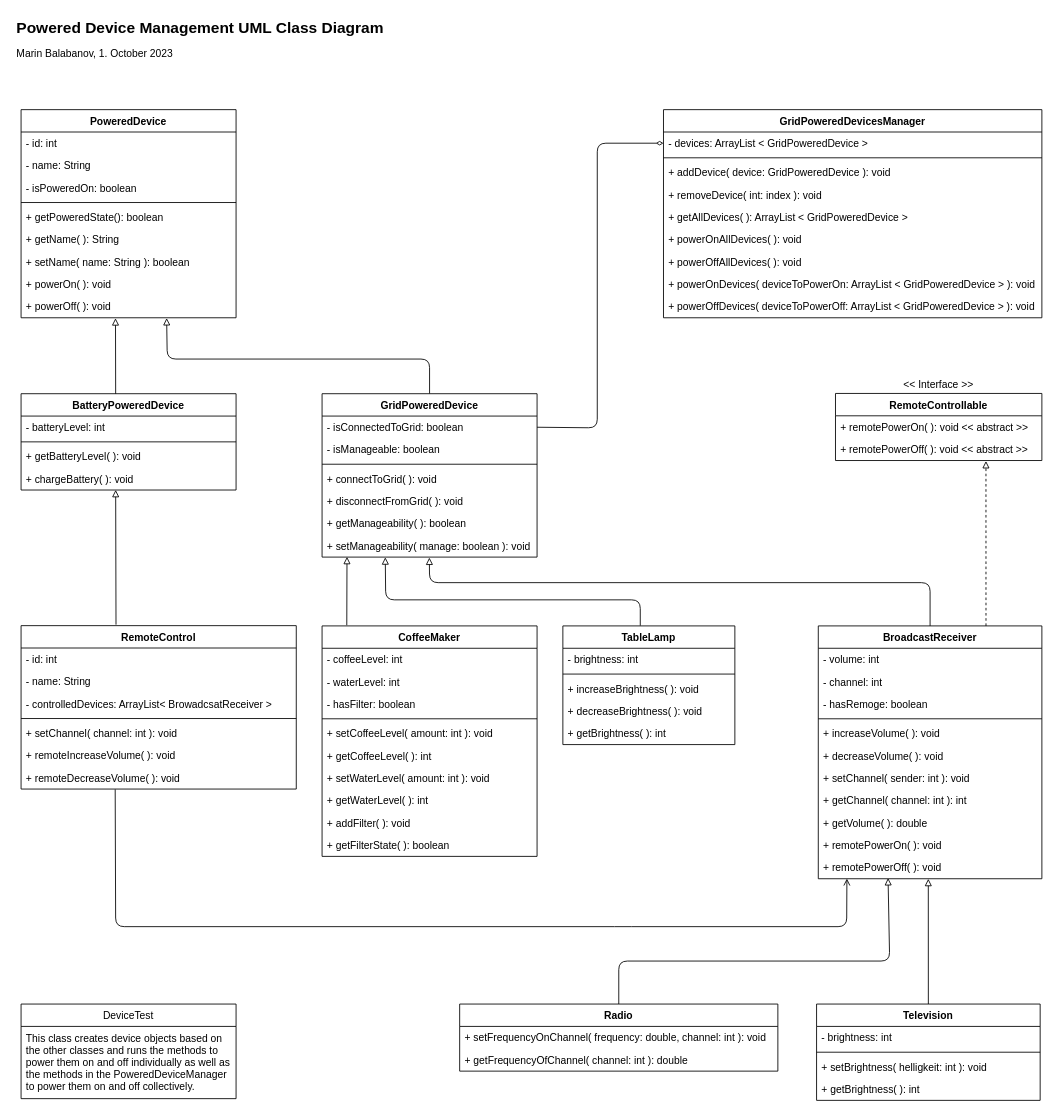
This is DevicesUML.drawio from mbalabanov/Devices, a draw.io file, before an edit. Source tidied: cells renumbered, new cells numbered last; positions are measured from the earlier drawing's top-left corner, leaving out a move shared by most shapes. Both pictures are drawn from the tidied source at 86%, with x=0, y=0 at pixel (15, 15).
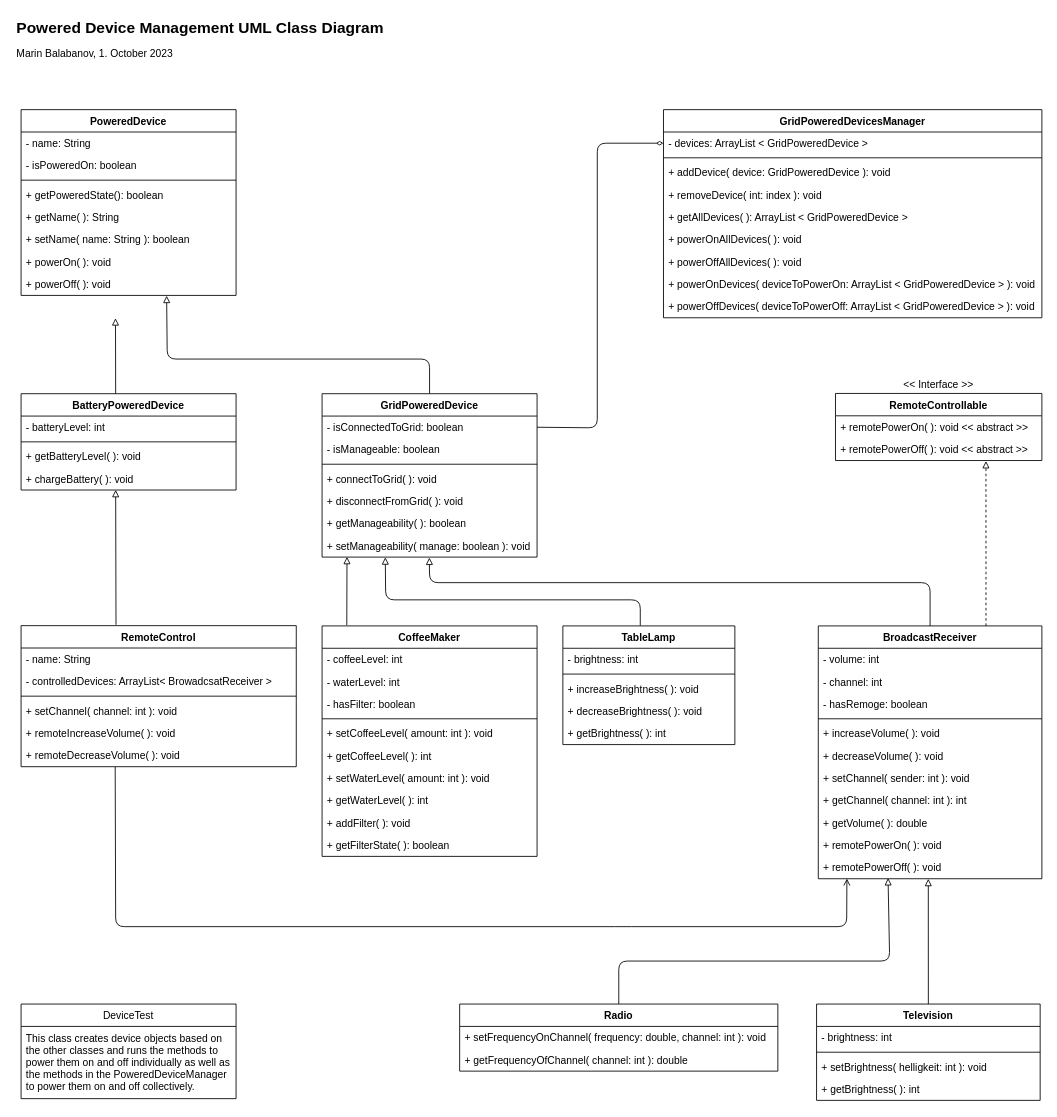
Above is the later version.

Commit message (it also covers changes not shown here):
Adapts diagram

Diff of the diagram source:
```diff
@@
     <mxCell id="73" value="RemoteControl" style="swimlane;fontStyle=1;align=center;verticalAlign=top;horizontal=1;startSize=26;" parent="1" vertex="1">
-      <mxGeometry x="7" y="710" width="320" height="190" as="geometry" />
+      <mxGeometry x="7" y="710" width="320" height="164" as="geometry" />
     </mxCell>
-    <mxCell id="74" value="- id: int" style="text;strokeColor=none;fillColor=none;align=left;verticalAlign=top;spacingLeft=4;spacingRight=4;overflow=hidden;" parent="73" vertex="1">
-      <mxGeometry y="26" width="320" height="26" as="geometry" />
-    </mxCell>
     <mxCell id="75" value="- name: String" style="text;strokeColor=none;fillColor=none;align=left;verticalAlign=top;spacingLeft=4;spacingRight=4;overflow=hidden;" parent="73" vertex="1">
-      <mxGeometry y="52" width="320" height="26" as="geometry" />
+      <mxGeometry y="26" width="320" height="26" as="geometry" />
     </mxCell>
     <mxCell id="76" value="- controlledDevices: ArrayList&lt; BrowadcsatReceiver &gt;" style="text;strokeColor=none;fillColor=none;align=left;verticalAlign=top;spacingLeft=4;spacingRight=4;overflow=hidden;" parent="73" vertex="1">
-      <mxGeometry y="78" width="320" height="26" as="geometry" />
+      <mxGeometry y="52" width="320" height="26" as="geometry" />
     </mxCell>
     <mxCell id="77" style="line;strokeWidth=1;fillColor=none;align=left;verticalAlign=middle;spacingTop=-1;spacingLeft=3;spacingRight=3;labelPosition=right;strokeColor=inherit;" parent="73" vertex="1">
-      <mxGeometry y="104" width="320" height="8" as="geometry" />
+      <mxGeometry y="78" width="320" height="8" as="geometry" />
     </mxCell>
     <mxCell id="78" value="+ setChannel( channel: int ): void" style="text;strokeColor=none;fillColor=none;align=left;verticalAlign=top;spacingLeft=4;spacingRight=4;overflow=hidden;" parent="73" vertex="1">
-      <mxGeometry y="112" width="320" height="26" as="geometry" />
+      <mxGeometry y="86" width="320" height="26" as="geometry" />
     </mxCell>
     <mxCell id="79" value="+ remoteIncreaseVolume( ): void" style="text;strokeColor=none;fillColor=none;align=left;verticalAlign=top;spacingLeft=4;spacingRight=4;overflow=hidden;" parent="73" vertex="1">
-      <mxGeometry y="138" width="320" height="26" as="geometry" />
+      <mxGeometry y="112" width="320" height="26" as="geometry" />
     </mxCell>
     <mxCell id="80" value="+ remoteDecreaseVolume( ): void" style="text;strokeColor=none;fillColor=none;align=left;verticalAlign=top;spacingLeft=4;spacingRight=4;overflow=hidden;points=[[0,0.5],[1,0.5]];portConstraint=eastwest;" parent="73" vertex="1">
-      <mxGeometry y="164" width="320" height="26" as="geometry" />
+      <mxGeometry y="138" width="320" height="26" as="geometry" />
     </mxCell>
     <mxCell id="81" value="PoweredDevice" style="swimlane;fontStyle=1;align=center;verticalAlign=top;horizontal=1;startSize=26;" parent="1" vertex="1">
-      <mxGeometry x="7" y="110" width="250" height="242" as="geometry" />
+      <mxGeometry x="7" y="110" width="250" height="216" as="geometry" />
     </mxCell>
-    <mxCell id="82" value="- id: int" style="text;strokeColor=none;fillColor=none;align=left;verticalAlign=top;spacingLeft=4;spacingRight=4;overflow=hidden;" parent="81" vertex="1">
-      <mxGeometry y="26" width="250" height="26" as="geometry" />
-    </mxCell>
     <mxCell id="83" value="- name: String" style="text;strokeColor=none;fillColor=none;align=left;verticalAlign=top;spacingLeft=4;spacingRight=4;overflow=hidden;" parent="81" vertex="1">
-      <mxGeometry y="52" width="250" height="26" as="geometry" />
+      <mxGeometry y="26" width="250" height="26" as="geometry" />
     </mxCell>
     <mxCell id="84" value="- isPoweredOn: boolean" style="text;strokeColor=none;fillColor=none;align=left;verticalAlign=top;spacingLeft=4;spacingRight=4;overflow=hidden;" parent="81" vertex="1">
-      <mxGeometry y="78" width="250" height="26" as="geometry" />
+      <mxGeometry y="52" width="250" height="26" as="geometry" />
     </mxCell>
     <mxCell id="85" style="line;strokeWidth=1;fillColor=none;align=left;verticalAlign=middle;spacingTop=-1;spacingLeft=3;spacingRight=3;labelPosition=right;strokeColor=inherit;" parent="81" vertex="1">
-      <mxGeometry y="104" width="250" height="8" as="geometry" />
+      <mxGeometry y="78" width="250" height="8" as="geometry" />
     </mxCell>
     <mxCell id="86" value="+ getPoweredState(): boolean" style="text;strokeColor=none;fillColor=none;align=left;verticalAlign=top;spacingLeft=4;spacingRight=4;overflow=hidden;" parent="81" vertex="1">
-      <mxGeometry y="112" width="250" height="26" as="geometry" />
+      <mxGeometry y="86" width="250" height="26" as="geometry" />
     </mxCell>
     <mxCell id="87" value="+ getName( ): String" style="text;strokeColor=none;fillColor=none;align=left;verticalAlign=top;spacingLeft=4;spacingRight=4;overflow=hidden;" parent="81" vertex="1">
-      <mxGeometry y="138" width="250" height="26" as="geometry" />
+      <mxGeometry y="112" width="250" height="26" as="geometry" />
     </mxCell>
     <mxCell id="88" value="+ setName( name: String ): boolean" style="text;strokeColor=none;fillColor=none;align=left;verticalAlign=top;spacingLeft=4;spacingRight=4;overflow=hidden;" parent="81" vertex="1">
-      <mxGeometry y="164" width="250" height="26" as="geometry" />
+      <mxGeometry y="138" width="250" height="26" as="geometry" />
     </mxCell>
     <mxCell id="89" value="+ powerOn( ): void" style="text;strokeColor=none;fillColor=none;align=left;verticalAlign=top;spacingLeft=4;spacingRight=4;overflow=hidden;" parent="81" vertex="1">
-      <mxGeometry y="190" width="250" height="26" as="geometry" />
+      <mxGeometry y="164" width="250" height="26" as="geometry" />
     </mxCell>
     <mxCell id="90" value="+ powerOff( ): void" style="text;strokeColor=none;fillColor=none;align=left;verticalAlign=top;spacingLeft=4;spacingRight=4;overflow=hidden;points=[[0,0.5],[1,0.5]];portConstraint=eastwest;" parent="81" vertex="1">
-      <mxGeometry y="216" width="250" height="26" as="geometry" />
+      <mxGeometry y="190" width="250" height="26" as="geometry" />
     </mxCell>
```
